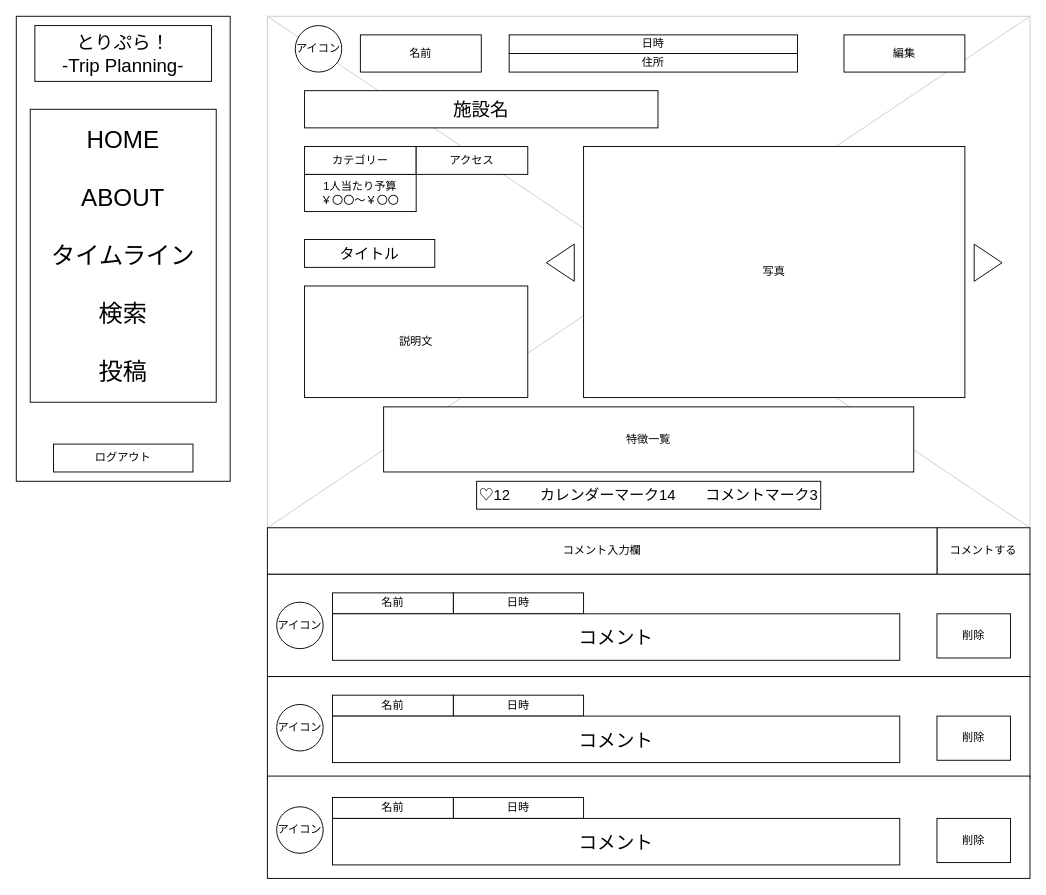
Above: page "投稿詳細" (2 of 6) of wire_frame.drawio in JunkiYuasa/trip_planning (draw.io), before the change. Source tidied: cells renumbered, new cells numbered last; positions are measured from the earlier drawing's top-left corner, leaving out a move shared by most shapes. Both pictures are drawn from the tidied source at 93%, with x=0, y=0 at pixel (16, 16).
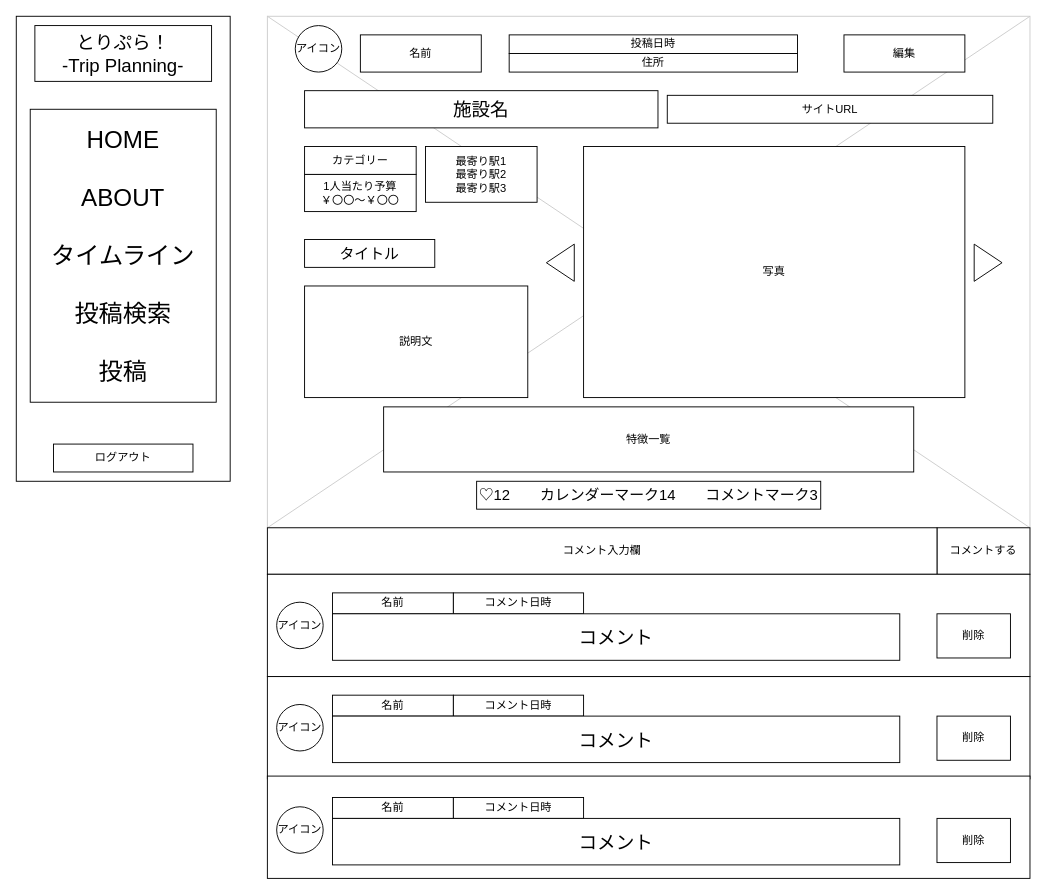
The same page after the edit.

The edit, as a diff of the source:
```diff
@@
-    <mxCell id="4" value="&lt;font style=&quot;font-size: 26px;&quot;&gt;HOME&lt;/font&gt;&lt;div&gt;&lt;br&gt;&lt;/div&gt;&lt;div&gt;ABOUT&lt;br&gt;&lt;div style=&quot;font-size: 26px;&quot;&gt;&lt;font style=&quot;font-size: 26px;&quot;&gt;&lt;br style=&quot;font-size: 26px;&quot;&gt;&lt;/font&gt;&lt;/div&gt;&lt;div style=&quot;font-size: 26px;&quot;&gt;&lt;font style=&quot;font-size: 26px;&quot;&gt;タイムライン&lt;/font&gt;&lt;/div&gt;&lt;div style=&quot;font-size: 26px;&quot;&gt;&lt;font style=&quot;font-size: 26px;&quot;&gt;&lt;br&gt;&lt;/font&gt;&lt;/div&gt;&lt;div style=&quot;font-size: 26px;&quot;&gt;&lt;font style=&quot;font-size: 26px;&quot;&gt;検索&lt;/font&gt;&lt;/div&gt;&lt;/div&gt;&lt;div style=&quot;font-size: 26px;&quot;&gt;&lt;font style=&quot;font-size: 26px;&quot;&gt;&lt;br&gt;&lt;/font&gt;&lt;/div&gt;&lt;div style=&quot;font-size: 26px;&quot;&gt;&lt;font style=&quot;font-size: 26px;&quot;&gt;投稿&lt;/font&gt;&lt;/div&gt;" style="rounded=0;whiteSpace=wrap;html=1;fontSize=26;" parent="1" vertex="1">
+    <mxCell id="4" value="&lt;font style=&quot;font-size: 26px;&quot;&gt;HOME&lt;/font&gt;&lt;div&gt;&lt;br&gt;&lt;/div&gt;&lt;div&gt;ABOUT&lt;br&gt;&lt;div style=&quot;font-size: 26px;&quot;&gt;&lt;font style=&quot;font-size: 26px;&quot;&gt;&lt;br style=&quot;font-size: 26px;&quot;&gt;&lt;/font&gt;&lt;/div&gt;&lt;div style=&quot;font-size: 26px;&quot;&gt;&lt;font style=&quot;font-size: 26px;&quot;&gt;タイムライン&lt;/font&gt;&lt;/div&gt;&lt;div style=&quot;font-size: 26px;&quot;&gt;&lt;font style=&quot;font-size: 26px;&quot;&gt;&lt;br&gt;&lt;/font&gt;&lt;/div&gt;&lt;div style=&quot;font-size: 26px;&quot;&gt;&lt;font style=&quot;font-size: 26px;&quot;&gt;投稿検索&lt;/font&gt;&lt;/div&gt;&lt;/div&gt;&lt;div style=&quot;font-size: 26px;&quot;&gt;&lt;font style=&quot;font-size: 26px;&quot;&gt;&lt;br&gt;&lt;/font&gt;&lt;/div&gt;&lt;div style=&quot;font-size: 26px;&quot;&gt;&lt;font style=&quot;font-size: 26px;&quot;&gt;投稿&lt;/font&gt;&lt;/div&gt;" style="rounded=0;whiteSpace=wrap;html=1;fontSize=26;" parent="1" vertex="1">
       <mxGeometry x="15" y="100" width="200" height="315" as="geometry" />
     </mxCell>
@@
-    <mxCell id="10" value="日時" style="rounded=0;whiteSpace=wrap;html=1;" parent="1" vertex="1">
+    <mxCell id="10" value="投稿日時" style="rounded=0;whiteSpace=wrap;html=1;" parent="1" vertex="1">
       <mxGeometry x="530" y="20" width="310" height="20" as="geometry" />
     </mxCell>
@@
-    <mxCell id="14" value="アクセス" style="rounded=0;whiteSpace=wrap;html=1;" parent="1" vertex="1">
-      <mxGeometry x="430" y="140" width="120" height="30" as="geometry" />
+    <mxCell id="14" value="最寄り駅1&lt;div&gt;最寄り駅2&lt;/div&gt;&lt;div&gt;最寄り駅3&lt;/div&gt;" style="rounded=0;whiteSpace=wrap;html=1;" parent="1" vertex="1">
+      <mxGeometry x="440" y="140" width="120" height="60" as="geometry" />
     </mxCell>
@@
-    <mxCell id="27" value="日時" style="rounded=0;whiteSpace=wrap;html=1;" parent="1" vertex="1">
+    <mxCell id="27" value="コメント日時" style="rounded=0;whiteSpace=wrap;html=1;" parent="1" vertex="1">
       <mxGeometry x="470" y="620" width="140" height="22.5" as="geometry" />
     </mxCell>
@@
-    <mxCell id="34" value="日時" style="rounded=0;whiteSpace=wrap;html=1;" parent="1" vertex="1">
+    <mxCell id="34" value="コメント日時" style="rounded=0;whiteSpace=wrap;html=1;" parent="1" vertex="1">
       <mxGeometry x="470" y="730" width="140" height="22.5" as="geometry" />
     </mxCell>
@@
-    <mxCell id="40" value="日時" style="rounded=0;whiteSpace=wrap;html=1;" parent="1" vertex="1">
+    <mxCell id="40" value="コメント日時" style="rounded=0;whiteSpace=wrap;html=1;" parent="1" vertex="1">
       <mxGeometry x="470" y="840" width="140" height="22.5" as="geometry" />
     </mxCell>
@@
+    <mxCell id="43" value="サイトURL" style="rounded=0;whiteSpace=wrap;html=1;" parent="1" vertex="1">
+      <mxGeometry x="700" y="85" width="350" height="30" as="geometry" />
+    </mxCell>
```
